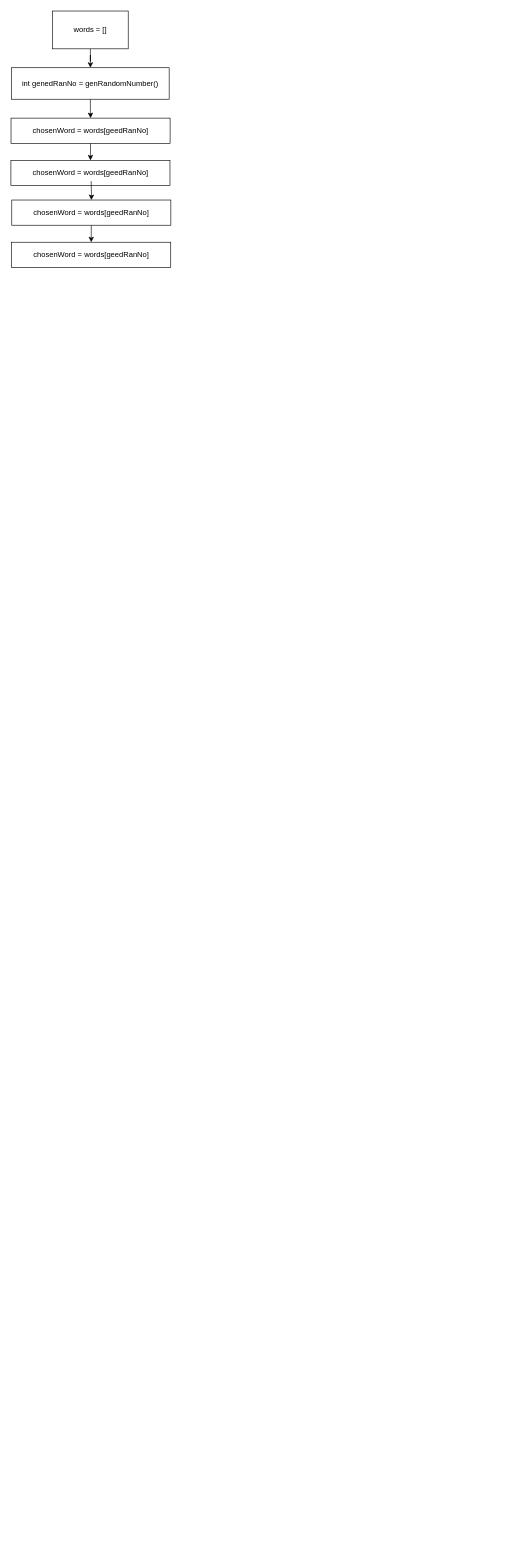
Before: hangman/Untitled Diagram.drawio in ShudarsanRegmi/20_proj_challenge, a draw.io diagram. Source tidied: cells renumbered, new cells numbered last; positions are measured from the earlier drawing's top-left corner, leaving out a move shared by most shapes. Both pictures are drawn from the tidied source at 63%, with x=0, y=0 at pixel (11, 11).
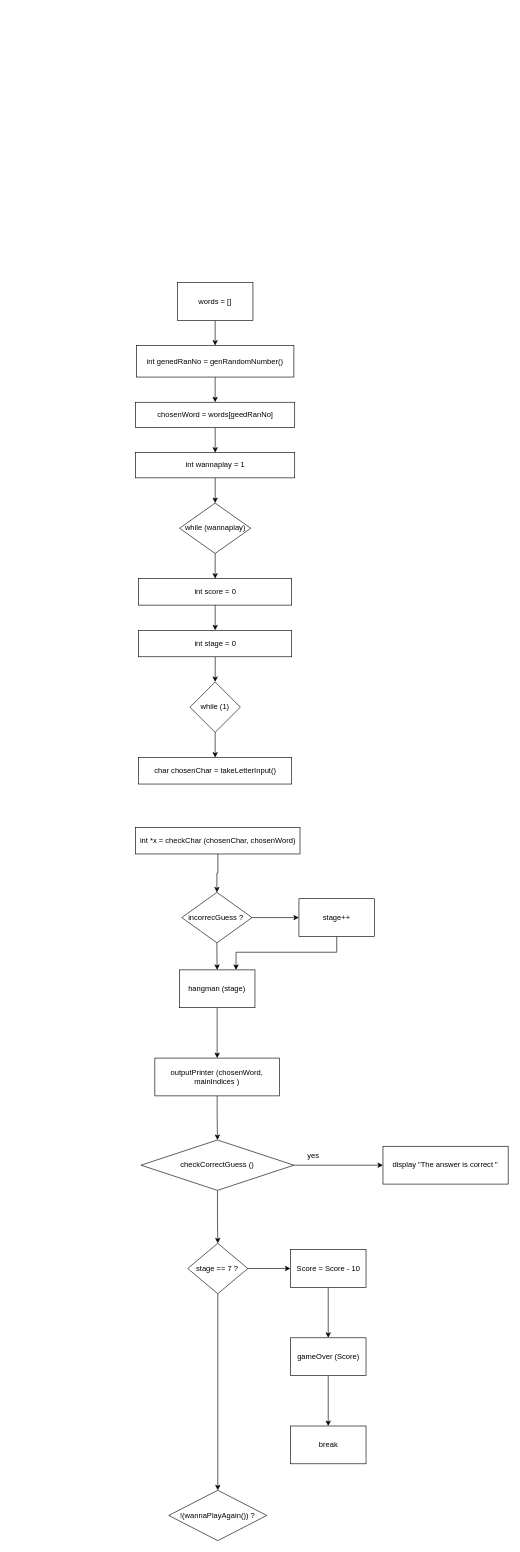
The same diagram, later.

The edit, as a diff of the source:
```diff
@@
-    <mxCell id="2" style="edgeStyle=orthogonalEdgeStyle;rounded=0;jettySize=auto;html=1;" parent="1" edge="1" source="3" target="5">
+    <mxCell id="2" style="edgeStyle=orthogonalEdgeStyle;rounded=0;jettySize=auto;html=1;labelBackgroundColor=none;fontColor=default;noEdgeStyle=1;orthogonal=1;" parent="1" edge="1" source="3" target="5">
       <mxGeometry relative="1" as="geometry" />
     </mxCell>
-    <mxCell id="3" value="words = []" style="rounded=0;whiteSpace=wrap;html=1;" parent="1" vertex="1">
-      <mxGeometry x="66" width="120" height="60" as="geometry" />
+    <mxCell id="3" value="words = []" style="rounded=0;whiteSpace=wrap;html=1;labelBackgroundColor=none;" parent="1" vertex="1">
+      <mxGeometry x="264" y="431" width="120" height="60" as="geometry" />
     </mxCell>
-    <mxCell id="4" style="edgeStyle=orthogonalEdgeStyle;rounded=0;jettySize=auto;html=1;" parent="1" edge="1" source="5" target="7">
+    <mxCell id="4" style="edgeStyle=orthogonalEdgeStyle;rounded=0;jettySize=auto;html=1;labelBackgroundColor=none;fontColor=default;noEdgeStyle=1;orthogonal=1;" parent="1" edge="1" source="5" target="7">
       <mxGeometry relative="1" as="geometry" />
     </mxCell>
-    <mxCell id="5" value="int genedRanNo = genRandomNumber()" style="rounded=0;whiteSpace=wrap;html=1;" parent="1" vertex="1">
-      <mxGeometry x="1" y="90" width="250" height="50" as="geometry" />
+    <mxCell id="5" value="int genedRanNo = genRandomNumber()" style="rounded=0;whiteSpace=wrap;html=1;labelBackgroundColor=none;" parent="1" vertex="1">
+      <mxGeometry x="199" y="531" width="250" height="50" as="geometry" />
     </mxCell>
-    <mxCell id="6" style="edgeStyle=orthogonalEdgeStyle;rounded=0;jettySize=auto;html=1;exitX=0.5;exitY=1;exitDx=0;exitDy=0;entryX=0.5;entryY=0;entryDx=0;entryDy=0;" parent="1" edge="1" source="7" target="8">
+    <mxCell id="6" style="edgeStyle=orthogonalEdgeStyle;rounded=0;jettySize=auto;html=1;exitX=0.5;exitY=1;exitDx=0;exitDy=0;entryX=0.5;entryY=0;entryDx=0;entryDy=0;labelBackgroundColor=none;fontColor=default;noEdgeStyle=1;orthogonal=1;" parent="1" edge="1" source="7" target="8">
       <mxGeometry relative="1" as="geometry" />
     </mxCell>
-    <mxCell id="7" value="chosenWord = words[geedRanNo]" style="whiteSpace=wrap;html=1;rounded=0;align=center;" parent="1" vertex="1">
-      <mxGeometry y="170" width="252.5" height="40" as="geometry" />
+    <mxCell id="7" value="chosenWord = words[geedRanNo]" style="whiteSpace=wrap;html=1;rounded=0;align=center;labelBackgroundColor=none;" parent="1" vertex="1">
+      <mxGeometry x="197.8" y="621" width="252.5" height="40" as="geometry" />
     </mxCell>
+    <mxCell id="13" style="edgeStyle=orthogonalEdgeStyle;rounded=0;jettySize=auto;html=1;labelBackgroundColor=none;fontColor=default;noEdgeStyle=1;orthogonal=1;" parent="1" edge="1" source="8" target="15">
+      <mxGeometry relative="1" as="geometry" />
+    </mxCell>
-    <mxCell id="8" value="chosenWord = words[geedRanNo]" style="whiteSpace=wrap;html=1;rounded=0;align=center;" parent="1" vertex="1">
-      <mxGeometry x="-0.2" y="237" width="252.5" height="40" as="geometry" />
+    <mxCell id="8" value="int wannaplay = 1" style="whiteSpace=wrap;html=1;rounded=0;align=center;labelBackgroundColor=none;" parent="1" vertex="1">
+      <mxGeometry x="197.8" y="701" width="252.5" height="40" as="geometry" />
     </mxCell>
-    <mxCell id="9" style="edgeStyle=orthogonalEdgeStyle;rounded=0;jettySize=auto;html=1;" parent="1" edge="1" target="11">
-      <mxGeometry relative="1" as="geometry">
-        <mxPoint x="127.2" y="270" as="sourcePoint" />
-      </mxGeometry>
-    </mxCell>
-    <mxCell id="10" style="edgeStyle=orthogonalEdgeStyle;rounded=0;jettySize=auto;html=1;exitX=0.5;exitY=1;exitDx=0;exitDy=0;entryX=0.5;entryY=0;entryDx=0;entryDy=0;" parent="1" edge="1" source="11" target="12">
-      <mxGeometry relative="1" as="geometry" />
-    </mxCell>
-    <mxCell id="11" value="chosenWord = words[geedRanNo]" style="whiteSpace=wrap;html=1;rounded=0;align=center;" parent="1" vertex="1">
-      <mxGeometry x="1.2" y="300" width="252.5" height="40" as="geometry" />
-    </mxCell>
-    <mxCell id="12" value="chosenWord = words[geedRanNo]" style="whiteSpace=wrap;html=1;rounded=0;align=center;" parent="1" vertex="1">
-      <mxGeometry x="1" y="367" width="252.5" height="40" as="geometry" />
-    </mxCell>
+    <mxCell id="14" style="edgeStyle=orthogonalEdgeStyle;rounded=0;jettySize=auto;html=1;noEdgeStyle=1;" parent="1" edge="1" source="15" target="17">
+      <mxGeometry relative="1" as="geometry" />
+    </mxCell>
+    <mxCell id="15" value="while (wannaplay)" style="rhombus;whiteSpace=wrap;html=1;rounded=0;labelBackgroundColor=none;" parent="1" vertex="1">
+      <mxGeometry x="267.5" y="781" width="113" height="80" as="geometry" />
+    </mxCell>
+    <mxCell id="16" style="edgeStyle=orthogonalEdgeStyle;rounded=0;jettySize=auto;html=1;fontFamily=Helvetica;fontSize=12;fontColor=default;" parent="1" edge="1" source="17" target="19">
+      <mxGeometry relative="1" as="geometry" />
+    </mxCell>
+    <mxCell id="17" value="int score = 0" style="whiteSpace=wrap;html=1;rounded=0;labelBackgroundColor=none;rotation=0;" parent="1" vertex="1">
+      <mxGeometry x="202.6" y="901" width="242.9" height="42" as="geometry" />
+    </mxCell>
+    <mxCell id="18" style="edgeStyle=orthogonalEdgeStyle;rounded=0;jettySize=auto;html=1;fontFamily=Helvetica;fontSize=12;fontColor=default;" parent="1" edge="1" source="19" target="21">
+      <mxGeometry relative="1" as="geometry" />
+    </mxCell>
+    <mxCell id="19" value="int stage = 0" style="whiteSpace=wrap;html=1;rounded=0;labelBackgroundColor=none;rotation=0;" parent="1" vertex="1">
+      <mxGeometry x="202.6" y="983" width="242.9" height="42" as="geometry" />
+    </mxCell>
+    <mxCell id="20" style="edgeStyle=orthogonalEdgeStyle;rounded=0;jettySize=auto;html=1;fontFamily=Helvetica;fontSize=12;fontColor=default;" parent="1" edge="1" source="21" target="22">
+      <mxGeometry relative="1" as="geometry" />
+    </mxCell>
+    <mxCell id="21" value="while (1)" style="rhombus;whiteSpace=wrap;html=1;rounded=0;labelBackgroundColor=none;" parent="1" vertex="1">
+      <mxGeometry x="284" y="1065" width="80" height="80" as="geometry" />
+    </mxCell>
+    <mxCell id="22" value="char chosenChar = takeLetterInput()" style="whiteSpace=wrap;html=1;rounded=0;labelBackgroundColor=none;rotation=0;" parent="1" vertex="1">
+      <mxGeometry x="202.6" y="1185" width="242.9" height="42" as="geometry" />
+    </mxCell>
+    <mxCell id="23" style="edgeStyle=orthogonalEdgeStyle;rounded=0;jettySize=auto;html=1;fontFamily=Helvetica;fontSize=12;fontColor=default;" parent="1" edge="1" source="24" target="27">
+      <mxGeometry relative="1" as="geometry" />
+    </mxCell>
+    <mxCell id="24" value="int *x = checkChar (chosenChar, chosenWord)" style="whiteSpace=wrap;html=1;rounded=0;labelBackgroundColor=none;rotation=0;" parent="1" vertex="1">
+      <mxGeometry x="197.8" y="1296" width="260.9" height="42" as="geometry" />
+    </mxCell>
+    <mxCell id="25" style="edgeStyle=orthogonalEdgeStyle;rounded=0;jettySize=auto;html=1;fontFamily=Helvetica;fontSize=12;fontColor=default;" parent="1" edge="1" source="27" target="29">
+      <mxGeometry relative="1" as="geometry" />
+    </mxCell>
+    <mxCell id="26" style="edgeStyle=orthogonalEdgeStyle;rounded=0;jettySize=auto;html=1;fontFamily=Helvetica;fontSize=12;fontColor=default;" parent="1" edge="1" source="27" target="31">
+      <mxGeometry relative="1" as="geometry" />
+    </mxCell>
+    <mxCell id="27" value="incorrecGuess ?&amp;nbsp;" style="rhombus;whiteSpace=wrap;html=1;rounded=0;labelBackgroundColor=none;" parent="1" vertex="1">
+      <mxGeometry x="271" y="1399" width="111.6" height="80" as="geometry" />
+    </mxCell>
+    <mxCell id="28" style="edgeStyle=orthogonalEdgeStyle;rounded=0;jettySize=auto;html=1;entryX=0.75;entryY=0;entryDx=0;entryDy=0;fontFamily=Helvetica;fontSize=12;fontColor=default;" parent="1" edge="1" source="29" target="31">
+      <mxGeometry relative="1" as="geometry">
+        <Array as="points">
+          <mxPoint x="517" y="1494" />
+          <mxPoint x="358" y="1494" />
+        </Array>
+      </mxGeometry>
+    </mxCell>
+    <mxCell id="29" value="stage++" style="whiteSpace=wrap;html=1;rounded=0;labelBackgroundColor=none;" parent="1" vertex="1">
+      <mxGeometry x="457" y="1409" width="120" height="60" as="geometry" />
+    </mxCell>
+    <mxCell id="30" style="edgeStyle=orthogonalEdgeStyle;rounded=0;jettySize=auto;html=1;fontFamily=Helvetica;fontSize=12;fontColor=default;" parent="1" edge="1" source="31" target="33">
+      <mxGeometry relative="1" as="geometry" />
+    </mxCell>
+    <mxCell id="31" value="hangman (stage)" style="whiteSpace=wrap;html=1;rounded=0;labelBackgroundColor=none;" parent="1" vertex="1">
+      <mxGeometry x="267.2" y="1522" width="120" height="60" as="geometry" />
+    </mxCell>
+    <mxCell id="32" style="edgeStyle=orthogonalEdgeStyle;rounded=0;jettySize=auto;html=1;fontFamily=Helvetica;fontSize=12;fontColor=default;" parent="1" edge="1" source="33" target="36">
+      <mxGeometry relative="1" as="geometry" />
+    </mxCell>
+    <mxCell id="33" value="outputPrinter (chosenWord, mainIndices )" style="whiteSpace=wrap;html=1;rounded=0;labelBackgroundColor=none;" parent="1" vertex="1">
+      <mxGeometry x="228.3" y="1662" width="197.7" height="60" as="geometry" />
+    </mxCell>
+    <mxCell id="34" style="edgeStyle=orthogonalEdgeStyle;rounded=0;jettySize=auto;html=1;fontFamily=Helvetica;fontSize=12;fontColor=default;" parent="1" edge="1" source="36" target="37">
+      <mxGeometry relative="1" as="geometry" />
+    </mxCell>
+    <mxCell id="35" style="edgeStyle=orthogonalEdgeStyle;rounded=0;jettySize=auto;html=1;fontFamily=Helvetica;fontSize=12;fontColor=default;" parent="1" edge="1" source="36" target="41">
+      <mxGeometry relative="1" as="geometry" />
+    </mxCell>
+    <mxCell id="36" value="checkCorrectGuess ()" style="rhombus;whiteSpace=wrap;html=1;rounded=0;labelBackgroundColor=none;" parent="1" vertex="1">
+      <mxGeometry x="206.3" y="1792" width="242.7" height="80" as="geometry" />
+    </mxCell>
+    <mxCell id="37" value="display &quot;The answer is correct &quot;" style="whiteSpace=wrap;html=1;rounded=0;labelBackgroundColor=none;" parent="1" vertex="1">
+      <mxGeometry x="590.4" y="1802" width="198.7" height="60" as="geometry" />
+    </mxCell>
+    <mxCell id="38" value="yes" style="text;strokeColor=none;align=center;fillColor=none;html=1;verticalAlign=middle;whiteSpace=wrap;rounded=0;fontSize=12;fontFamily=Helvetica;fontColor=default;" parent="1" vertex="1">
+      <mxGeometry x="450.2" y="1802" width="60" height="30" as="geometry" />
+    </mxCell>
+    <mxCell id="39" style="edgeStyle=orthogonalEdgeStyle;rounded=0;jettySize=auto;html=1;fontFamily=Helvetica;fontSize=12;fontColor=default;" parent="1" edge="1" source="41" target="43">
+      <mxGeometry relative="1" as="geometry" />
+    </mxCell>
+    <mxCell id="40" style="edgeStyle=orthogonalEdgeStyle;rounded=0;jettySize=auto;html=1;fontFamily=Helvetica;fontSize=12;fontColor=default;" parent="1" edge="1" source="41" target="47">
+      <mxGeometry relative="1" as="geometry" />
+    </mxCell>
+    <mxCell id="41" value="stage == 7 ?" style="rhombus;whiteSpace=wrap;html=1;rounded=0;labelBackgroundColor=none;" parent="1" vertex="1">
+      <mxGeometry x="280.5" y="1956" width="95.4" height="80" as="geometry" />
+    </mxCell>
+    <mxCell id="42" style="edgeStyle=orthogonalEdgeStyle;rounded=0;jettySize=auto;html=1;fontFamily=Helvetica;fontSize=12;fontColor=default;" parent="1" edge="1" source="43" target="45">
+      <mxGeometry relative="1" as="geometry" />
+    </mxCell>
+    <mxCell id="43" value="Score = Score - 10" style="whiteSpace=wrap;html=1;rounded=0;labelBackgroundColor=none;" parent="1" vertex="1">
+      <mxGeometry x="443.5" y="1966" width="120" height="60" as="geometry" />
+    </mxCell>
+    <mxCell id="44" style="edgeStyle=orthogonalEdgeStyle;rounded=0;jettySize=auto;html=1;fontFamily=Helvetica;fontSize=12;fontColor=default;" parent="1" edge="1" source="45" target="46">
+      <mxGeometry relative="1" as="geometry" />
+    </mxCell>
+    <mxCell id="45" value="gameOver (Score)" style="whiteSpace=wrap;html=1;rounded=0;labelBackgroundColor=none;" parent="1" vertex="1">
+      <mxGeometry x="443.5" y="2106" width="120" height="60" as="geometry" />
+    </mxCell>
+    <mxCell id="46" value="break" style="whiteSpace=wrap;html=1;rounded=0;labelBackgroundColor=none;" parent="1" vertex="1">
+      <mxGeometry x="443.5" y="2246" width="120" height="60" as="geometry" />
+    </mxCell>
+    <mxCell id="47" value="!(wannaPlayAgain()) ?" style="rhombus;whiteSpace=wrap;html=1;rounded=0;labelBackgroundColor=none;" parent="1" vertex="1">
+      <mxGeometry x="250.4" y="2348" width="155.6" height="80" as="geometry" />
+    </mxCell>
```
